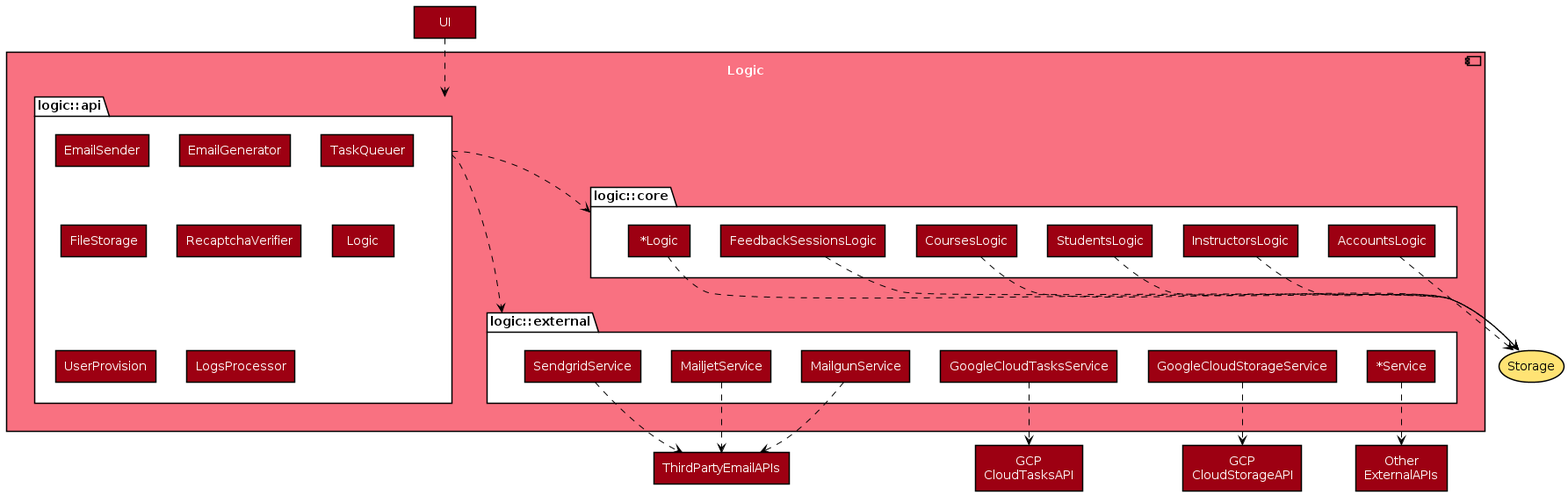
This is docs/images/LogicComponent.png from TEAMMATES/teammates, a PlantUML export, as it was before one commit.
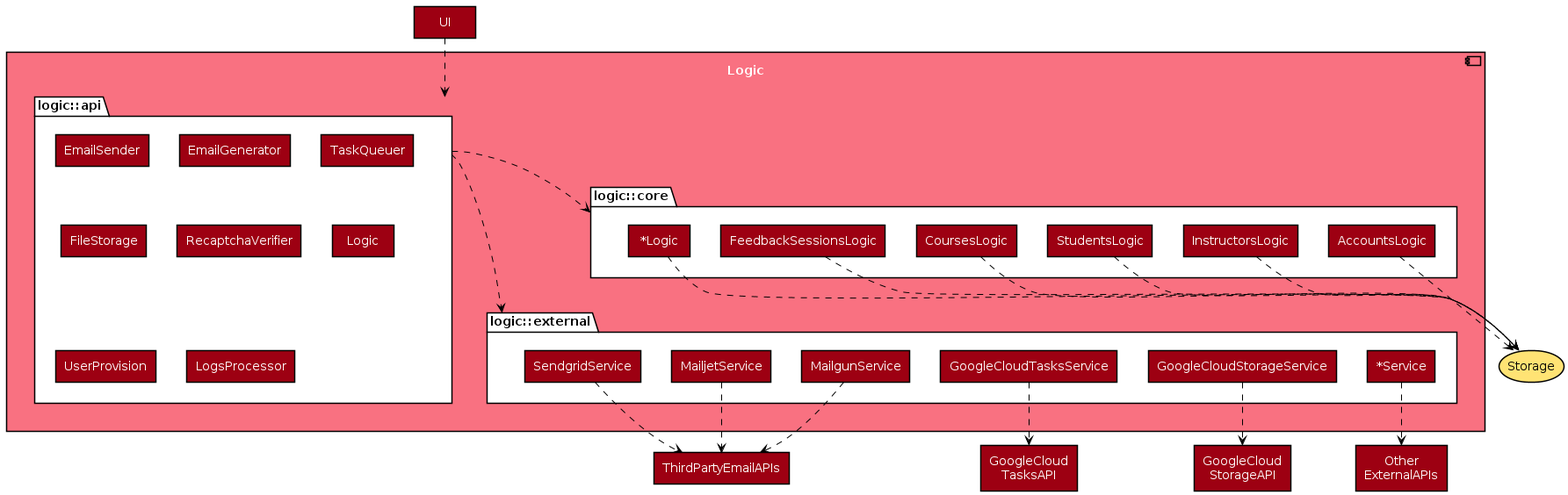
The same diagram one commit later.

Change to the diagram source:
```diff
@@ -39,8 +39,8 @@
 }
 
 rectangle ThirdPartyEmailAPIs
-rectangle "GCP\nCloudTasksAPI" as GcpCloudTasksApi
-rectangle "GCP\nCloudStorageAPI" as GcpCloudStorageApi
+rectangle "GoogleCloud\nTasksAPI" as GoogleCloudTasksApi
+rectangle "GoogleCloud\nStorageAPI" as GoogleCloudStorageApi
 rectangle "Other\nExternalAPIs" as OtherExternalApi
 rectangle UI
 storage Storage STORAGE_COLOR_T1
@@ -48,8 +48,8 @@
 MailgunService ..> ThirdPartyEmailAPIs
 MailjetService ..> ThirdPartyEmailAPIs
 SendgridService ..> ThirdPartyEmailAPIs
-GoogleCloudTasksService ..> GcpCloudTasksApi
-GoogleCloudStorageService ..> GcpCloudStorageApi
+GoogleCloudTasksService ..> GoogleCloudTasksApi
+GoogleCloudStorageService ..> GoogleCloudStorageApi
 Service ..> OtherExternalApi
 AccountsLogic ..> Storage
 InstructorsLogic ..> Storage
```
